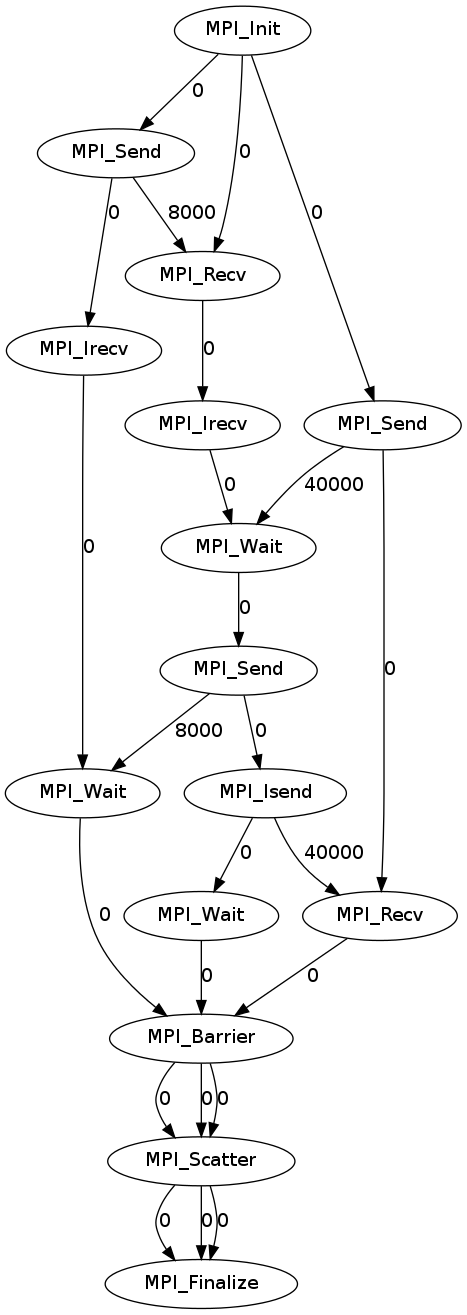
imsure/mpi-profiler keeps this Graphviz diagram as profiler/graph.png. Above is the earlier version. Its source is kept beside it as profiler/graph.dot. The source it was exported from:
```dot
digraph {
	MPI_Init [label="MPI_Init"];
	MPI_Send_0_0 [label="MPI_Send"];
	MPI_Irecv_0_1 [label="MPI_Irecv"];
	MPI_Wait_0_2 [label="MPI_Wait"];
	MPI_Barrier_0 [label="MPI_Barrier"];
	MPI_Scatter_1 [label="MPI_Scatter"];
	MPI_Finalize [label="MPI_Finalize"];
	MPI_Recv_1_0 [label="MPI_Recv"];
	MPI_Irecv_1_1 [label="MPI_Irecv"];
	MPI_Wait_1_2 [label="MPI_Wait"];
	MPI_Send_1_3 [label="MPI_Send"];
	MPI_Isend_1_4 [label="MPI_Isend"];
	MPI_Wait_1_5 [label="MPI_Wait"];
	MPI_Send_2_0 [label="MPI_Send"];
	MPI_Recv_2_1 [label="MPI_Recv"];

	MPI_Init -> MPI_Send_0_0 [label=0];
	MPI_Send_0_0 -> MPI_Irecv_0_1 [label=0];
	MPI_Irecv_0_1 -> MPI_Wait_0_2 [label=0];
	MPI_Wait_0_2 -> MPI_Barrier_0 [label=0];
	MPI_Barrier_0 -> MPI_Scatter_1 [label=0];
	MPI_Scatter_1 -> MPI_Finalize [label=0];
	MPI_Init -> MPI_Recv_1_0 [label=0];
	MPI_Recv_1_0 -> MPI_Irecv_1_1 [label=0];
	MPI_Irecv_1_1 -> MPI_Wait_1_2 [label=0];
	MPI_Wait_1_2 -> MPI_Send_1_3 [label=0];
	MPI_Send_1_3 -> MPI_Isend_1_4 [label=0];
	MPI_Isend_1_4 -> MPI_Wait_1_5 [label=0];
	MPI_Wait_1_5 -> MPI_Barrier_0 [label=0];
	MPI_Barrier_0 -> MPI_Scatter_1 [label=0];
	MPI_Scatter_1 -> MPI_Finalize [label=0];
	MPI_Init -> MPI_Send_2_0 [label=0];
	MPI_Send_2_0 -> MPI_Recv_2_1 [label=0];
	MPI_Recv_2_1 -> MPI_Barrier_0 [label=0];
	MPI_Barrier_0 -> MPI_Scatter_1 [label=0];
	MPI_Scatter_1 -> MPI_Finalize [label=0];

	MPI_Send_0_0 -> MPI_Recv_1_0 [label=8000];
	MPI_Send_1_3 -> MPI_Wait_0_2 [label=8000];
	MPI_Isend_1_4 -> MPI_Recv_2_1 [label=40000];
	MPI_Send_2_0 -> MPI_Wait_1_2 [label=40000];
}
```
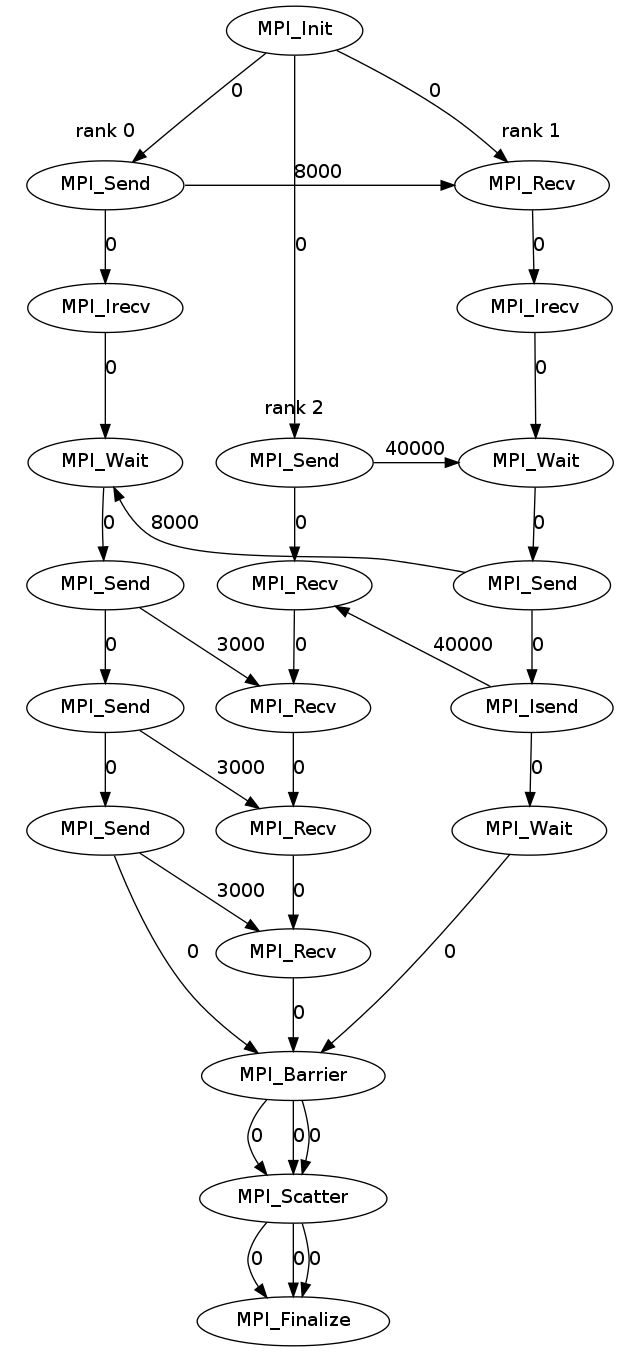
The same diagram one commit later.

Commit message:
output dot in cluster mode; fix edge connection bug

Change to the diagram source:
```diff
@@ -3,6 +3,9 @@
 	MPI_Send_0_0 [label="MPI_Send"];
 	MPI_Irecv_0_1 [label="MPI_Irecv"];
 	MPI_Wait_0_2 [label="MPI_Wait"];
+	MPI_Send_0_3 [label="MPI_Send"];
+	MPI_Send_0_4 [label="MPI_Send"];
+	MPI_Send_0_5 [label="MPI_Send"];
 	MPI_Barrier_0 [label="MPI_Barrier"];
 	MPI_Scatter_1 [label="MPI_Scatter"];
 	MPI_Finalize [label="MPI_Finalize"];
@@ -14,30 +17,55 @@
 	MPI_Wait_1_5 [label="MPI_Wait"];
 	MPI_Send_2_0 [label="MPI_Send"];
 	MPI_Recv_2_1 [label="MPI_Recv"];
+	MPI_Recv_2_2 [label="MPI_Recv"];
+	MPI_Recv_2_3 [label="MPI_Recv"];
+	MPI_Recv_2_4 [label="MPI_Recv"];
+
+	subgraph cluster_0 {
+		label = "rank 0"
+		color = white
+		MPI_Send_0_0 -> MPI_Irecv_0_1 [label=0];
+		MPI_Irecv_0_1 -> MPI_Wait_0_2 [label=0];
+		MPI_Wait_0_2 -> MPI_Send_0_3 [label=0];
+		MPI_Send_0_3 -> MPI_Send_0_4 [label=0];
+		MPI_Send_0_4 -> MPI_Send_0_5 [label=0];
+	}
+	subgraph cluster_1 {
+		label = "rank 1"
+		color = white
+		MPI_Recv_1_0 -> MPI_Irecv_1_1 [label=0];
+		MPI_Irecv_1_1 -> MPI_Wait_1_2 [label=0];
+		MPI_Wait_1_2 -> MPI_Send_1_3 [label=0];
+		MPI_Send_1_3 -> MPI_Isend_1_4 [label=0];
+		MPI_Isend_1_4 -> MPI_Wait_1_5 [label=0];
+	}
+	subgraph cluster_2 {
+		label = "rank 2"
+		color = white
+		MPI_Send_2_0 -> MPI_Recv_2_1 [label=0];
+		MPI_Recv_2_1 -> MPI_Recv_2_2 [label=0];
+		MPI_Recv_2_2 -> MPI_Recv_2_3 [label=0];
+		MPI_Recv_2_3 -> MPI_Recv_2_4 [label=0];
+	}
+
+	MPI_Send_0_0 -> MPI_Recv_1_0 [label=8000];
+	MPI_Send_0_3 -> MPI_Recv_2_2 [label=3000];
+	MPI_Send_0_4 -> MPI_Recv_2_3 [label=3000];
+	MPI_Send_0_5 -> MPI_Recv_2_4 [label=3000];
+	MPI_Send_1_3 -> MPI_Wait_0_2 [label=8000];
+	MPI_Isend_1_4 -> MPI_Recv_2_1 [label=40000];
+	MPI_Send_2_0 -> MPI_Wait_1_2 [label=40000];
 
 	MPI_Init -> MPI_Send_0_0 [label=0];
-	MPI_Send_0_0 -> MPI_Irecv_0_1 [label=0];
-	MPI_Irecv_0_1 -> MPI_Wait_0_2 [label=0];
-	MPI_Wait_0_2 -> MPI_Barrier_0 [label=0];
+	MPI_Send_0_5 -> MPI_Barrier_0 [label=0];
 	MPI_Barrier_0 -> MPI_Scatter_1 [label=0];
 	MPI_Scatter_1 -> MPI_Finalize [label=0];
 	MPI_Init -> MPI_Recv_1_0 [label=0];
-	MPI_Recv_1_0 -> MPI_Irecv_1_1 [label=0];
-	MPI_Irecv_1_1 -> MPI_Wait_1_2 [label=0];
-	MPI_Wait_1_2 -> MPI_Send_1_3 [label=0];
-	MPI_Send_1_3 -> MPI_Isend_1_4 [label=0];
-	MPI_Isend_1_4 -> MPI_Wait_1_5 [label=0];
 	MPI_Wait_1_5 -> MPI_Barrier_0 [label=0];
 	MPI_Barrier_0 -> MPI_Scatter_1 [label=0];
 	MPI_Scatter_1 -> MPI_Finalize [label=0];
 	MPI_Init -> MPI_Send_2_0 [label=0];
-	MPI_Send_2_0 -> MPI_Recv_2_1 [label=0];
-	MPI_Recv_2_1 -> MPI_Barrier_0 [label=0];
+	MPI_Recv_2_4 -> MPI_Barrier_0 [label=0];
 	MPI_Barrier_0 -> MPI_Scatter_1 [label=0];
 	MPI_Scatter_1 -> MPI_Finalize [label=0];
-
-	MPI_Send_0_0 -> MPI_Recv_1_0 [label=8000];
-	MPI_Send_1_3 -> MPI_Wait_0_2 [label=8000];
-	MPI_Isend_1_4 -> MPI_Recv_2_1 [label=40000];
-	MPI_Send_2_0 -> MPI_Wait_1_2 [label=40000];
 }
```
